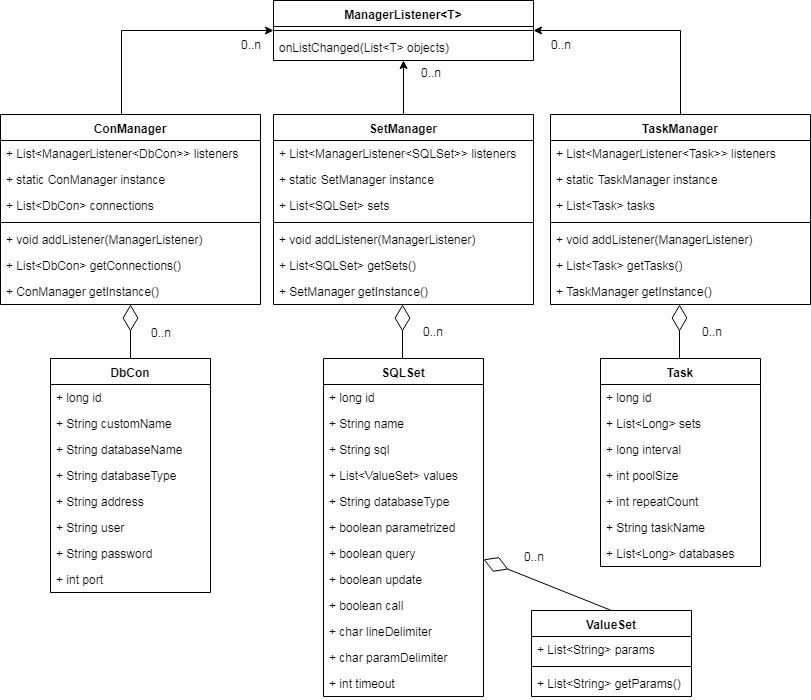
Earlier version of the draw.io export docs/Figures/datadiagram.png (LukasHanusek/db-stress-test). Source tidied: cells renumbered, new cells last; positions are measured from the earlier drawing's top-left corner, leaving out a move shared by most shapes.
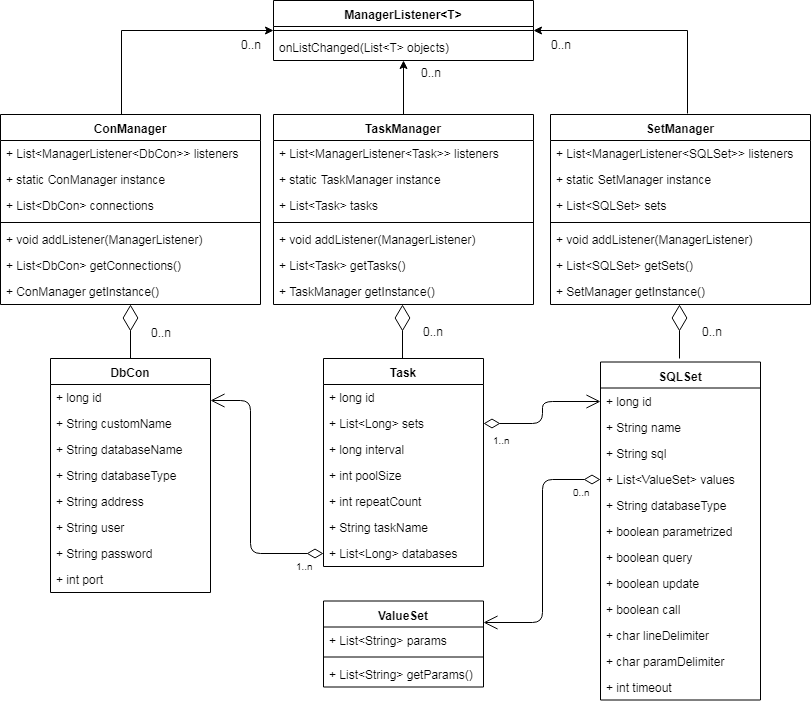
After the change.

The edit, as a diff of the source:
```diff
@@ -38,11 +38,11 @@
     <mxCell id="13" value="+ ConManager getInstance()" style="text;strokeColor=none;fillColor=none;align=left;verticalAlign=top;spacingLeft=4;spacingRight=4;overflow=hidden;points=[[0,0.5],[1,0.5]];portConstraint=eastwest;" parent="6" vertex="1">
       <mxGeometry y="164" width="260" height="26" as="geometry" />
     </mxCell>
-    <mxCell id="14" style="edgeStyle=orthogonalEdgeStyle;rounded=0;jettySize=auto;html=1;" parent="1" edge="1" source="15" target="2">
+    <mxCell id="14" style="edgeStyle=orthogonalEdgeStyle;rounded=0;jettySize=auto;html=1;" parent="1" edge="1" source="24" target="2">
       <mxGeometry relative="1" as="geometry" />
     </mxCell>
     <mxCell id="15" value="SetManager" style="swimlane;fontStyle=1;align=center;verticalAlign=top;horizontal=1;startSize=26;" parent="1" vertex="1">
-      <mxGeometry x="273" y="114" width="260" height="190" as="geometry" />
+      <mxGeometry x="550" y="114" width="260" height="190" as="geometry" />
     </mxCell>
     <mxCell id="16" value="+ List&lt;ManagerListener&lt;SQLSet&gt;&gt; listeners" style="text;strokeColor=none;fillColor=none;align=left;verticalAlign=top;spacingLeft=4;spacingRight=4;overflow=hidden;" parent="15" vertex="1">
       <mxGeometry y="26" width="260" height="26" as="geometry" />
@@ -65,11 +65,11 @@
     <mxCell id="22" value="+ SetManager getInstance()" style="text;strokeColor=none;fillColor=none;align=left;verticalAlign=top;spacingLeft=4;spacingRight=4;overflow=hidden;" parent="15" vertex="1">
       <mxGeometry y="164" width="260" height="26" as="geometry" />
     </mxCell>
-    <mxCell id="23" style="edgeStyle=orthogonalEdgeStyle;rounded=0;jettySize=auto;html=1;exitX=0.5;exitY=0;exitDx=0;exitDy=0;entryX=1;entryY=0.5;entryDx=0;entryDy=0;" parent="1" edge="1" source="24" target="2">
+    <mxCell id="23" style="edgeStyle=orthogonalEdgeStyle;rounded=0;jettySize=auto;html=1;exitX=0.527;exitY=-0.005;exitDx=0;exitDy=0;entryX=1;entryY=0.5;entryDx=0;entryDy=0;exitPerimeter=0;" parent="1" edge="1" source="15" target="2">
       <mxGeometry relative="1" as="geometry" />
     </mxCell>
     <mxCell id="24" value="TaskManager" style="swimlane;fontStyle=1;align=center;verticalAlign=top;horizontal=1;startSize=26;" parent="1" vertex="1">
-      <mxGeometry x="550" y="114" width="260" height="190" as="geometry" />
+      <mxGeometry x="273" y="114" width="260" height="190" as="geometry" />
     </mxCell>
     <mxCell id="25" value="+ List&lt;ManagerListener&lt;Task&gt;&gt; listeners" style="text;strokeColor=none;fillColor=none;align=left;verticalAlign=top;spacingLeft=4;spacingRight=4;overflow=hidden;" parent="24" vertex="1">
       <mxGeometry y="26" width="260" height="26" as="geometry" />
@@ -129,7 +129,7 @@
       <mxGeometry y="208" width="160" height="26" as="geometry" />
     </mxCell>
     <mxCell id="44" value="SQLSet" style="swimlane;fontStyle=1;align=center;verticalAlign=top;horizontal=1;startSize=26;" parent="1" vertex="1">
-      <mxGeometry x="323" y="358" width="160" height="338" as="geometry" />
+      <mxGeometry x="600" y="361.5" width="160" height="338" as="geometry" />
     </mxCell>
     <mxCell id="45" value="+ long id&#10;" style="text;strokeColor=none;fillColor=none;align=left;verticalAlign=top;spacingLeft=4;spacingRight=4;overflow=hidden;points=[[0,0.5],[1,0.5]];portConstraint=eastwest;" parent="44" vertex="1">
       <mxGeometry y="26" width="160" height="26" as="geometry" />
@@ -168,7 +168,7 @@
       <mxGeometry y="312" width="160" height="26" as="geometry" />
     </mxCell>
     <mxCell id="57" value="Task" style="swimlane;fontStyle=1;align=center;verticalAlign=top;horizontal=1;startSize=26;" parent="1" vertex="1">
-      <mxGeometry x="600" y="358" width="160" height="208" as="geometry" />
+      <mxGeometry x="323" y="358" width="160" height="208" as="geometry" />
     </mxCell>
     <mxCell id="58" value="+ long id&#10;" style="text;strokeColor=none;fillColor=none;align=left;verticalAlign=top;spacingLeft=4;spacingRight=4;overflow=hidden;" parent="57" vertex="1">
       <mxGeometry y="26" width="160" height="26" as="geometry" />
@@ -216,7 +216,7 @@
       <mxGeometry x="691" y="321" width="40" height="20" as="geometry" />
     </mxCell>
     <mxCell id="71" value="ValueSet" style="swimlane;fontStyle=1;align=center;verticalAlign=top;horizontal=1;startSize=26;" parent="1" vertex="1">
-      <mxGeometry x="531" y="610" width="160" height="86" as="geometry" />
+      <mxGeometry x="323" y="600.5" width="160" height="86" as="geometry" />
     </mxCell>
     <mxCell id="72" value="+ List&lt;String&gt; params" style="text;strokeColor=none;fillColor=none;align=left;verticalAlign=top;spacingLeft=4;spacingRight=4;overflow=hidden;" parent="71" vertex="1">
       <mxGeometry y="26" width="160" height="26" as="geometry" />
@@ -227,11 +227,43 @@
     <mxCell id="74" value="+ List&lt;String&gt; getParams()" style="text;strokeColor=none;fillColor=none;align=left;verticalAlign=top;spacingLeft=4;spacingRight=4;overflow=hidden;" parent="71" vertex="1">
       <mxGeometry y="60" width="160" height="26" as="geometry" />
     </mxCell>
-    <mxCell id="75" style="endArrow=diamondThin;endFill=0;endSize=24;html=1;exitX=0.5;exitY=0;exitDx=0;exitDy=0;" parent="1" edge="1" source="71" target="44">
-      <mxGeometry relative="1" as="geometry" />
-    </mxCell>
+    <mxCell id="77" style="endArrow=open;html=1;endSize=12;startArrow=diamondThin;startSize=14;startFill=0;edgeStyle=orthogonalEdgeStyle;" parent="1" edge="1" source="59" target="45">
+      <mxGeometry relative="1" as="geometry" />
+    </mxCell>
+    <mxCell id="78" value="1..n" style="html=1;align=left;verticalAlign=top;labelBackgroundColor=#ffffff;fontSize=10;" parent="77" vertex="1">
+      <mxGeometry x="-1" relative="1" as="geometry">
+        <mxPoint x="7" y="3.5" as="offset" />
+      </mxGeometry>
+    </mxCell>
+    <mxCell id="79" style="html=1;align=right;verticalAlign=top;labelBackgroundColor=#ffffff;fontSize=10;" parent="77" vertex="1">
+      <mxGeometry x="1" relative="1" as="geometry" />
+    </mxCell>
+    <mxCell id="80" style="endArrow=open;html=1;endSize=12;startArrow=diamondThin;startSize=14;startFill=0;edgeStyle=orthogonalEdgeStyle;exitX=0;exitY=0.5;exitDx=0;exitDy=0;" parent="1" edge="1" source="64" target="36">
+      <mxGeometry relative="1" as="geometry">
+        <Array as="points">
+          <mxPoint x="250" y="553" />
+          <mxPoint x="250" y="400" />
+        </Array>
+      </mxGeometry>
+    </mxCell>
+    <mxCell id="81" value="1..n" style="html=1;align=left;verticalAlign=top;labelBackgroundColor=#ffffff;fontSize=10;" parent="80" vertex="1">
+      <mxGeometry x="-1" relative="1" as="geometry">
+        <mxPoint x="-30" as="offset" />
+      </mxGeometry>
+    </mxCell>
+    <mxCell id="82" style="html=1;align=right;verticalAlign=top;labelBackgroundColor=#ffffff;fontSize=10;" parent="80" vertex="1">
+      <mxGeometry x="1" relative="1" as="geometry" />
+    </mxCell>
+    <mxCell id="83" style="endArrow=open;html=1;endSize=12;startArrow=diamondThin;startSize=14;startFill=0;edgeStyle=orthogonalEdgeStyle;fontSize=10;entryX=1;entryY=0.25;entryDx=0;entryDy=0;" parent="1" edge="1" source="48" target="71">
+      <mxGeometry relative="1" as="geometry" />
+    </mxCell>
-    <mxCell id="76" value="0..n" style="text;html=1;strokeColor=none;fillColor=none;align=center;verticalAlign=middle;whiteSpace=wrap;rounded=0;" parent="1" vertex="1">
-      <mxGeometry x="513" y="546" width="40" height="20" as="geometry" />
+    <mxCell id="76" value="0..n" style="html=1;align=left;verticalAlign=top;labelBackgroundColor=#ffffff;fontSize=10;" parent="83" vertex="1">
+      <mxGeometry x="-1" relative="1" as="geometry">
+        <mxPoint x="-30" y="-0.5" as="offset" />
+      </mxGeometry>
     </mxCell>
+    <mxCell id="84" style="html=1;align=right;verticalAlign=top;labelBackgroundColor=#ffffff;fontSize=10;" parent="83" vertex="1">
+      <mxGeometry x="1" relative="1" as="geometry" />
+    </mxCell>
   </root>
 </mxGraphModel>
```
